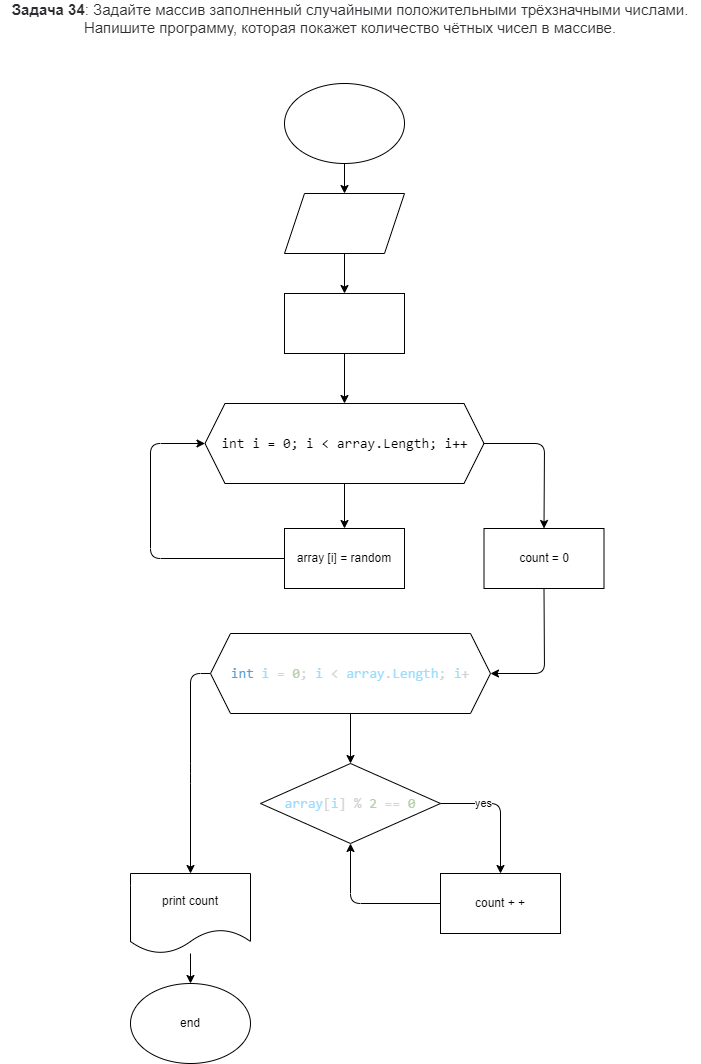
Matsulevich-Olga/gb_homeworks_matsulevich keeps this draw.io diagram as Homework5/Task34/diagram.drawio.png. Above is the earlier version. Source tidied: cells renumbered, new cells last; positions are measured from the earlier drawing's top-left corner, leaving out a move shared by most shapes. Its diagram source:
```xml
<mxGraphModel>
  <root>
    <mxCell id="0" />
    <mxCell id="1" parent="0" />
    <mxCell id="2" value="&lt;span style=&quot;box-sizing: border-box ; font-weight: 700 ; color: rgb(44 , 45 , 48) ; font-family: &amp;#34;roboto&amp;#34; , &amp;#34;san francisco&amp;#34; , &amp;#34;helvetica neue&amp;#34; , &amp;#34;helvetica&amp;#34; , &amp;#34;arial&amp;#34; ; font-size: 15px ; background-color: rgb(255 , 255 , 255)&quot;&gt;Задача 34&lt;/span&gt;&lt;span style=&quot;color: rgb(44 , 45 , 48) ; font-family: &amp;#34;roboto&amp;#34; , &amp;#34;san francisco&amp;#34; , &amp;#34;helvetica neue&amp;#34; , &amp;#34;helvetica&amp;#34; , &amp;#34;arial&amp;#34; ; font-size: 15px ; background-color: rgb(255 , 255 , 255)&quot;&gt;: Задайте массив заполненный случайными положительными трёхзначными числами. Напишите программу, которая покажет количество чётных чисел в массиве.&lt;/span&gt;" style="text;html=1;strokeColor=none;fillColor=none;align=center;verticalAlign=middle;whiteSpace=wrap;rounded=0;fontColor=#000000;" parent="1" vertex="1">
      <mxGeometry width="700" height="30" as="geometry" />
    </mxCell>
    <mxCell id="3" style="edgeStyle=none;html=1;fontColor=#FFFFFF;" parent="1" edge="1" source="4" target="6">
      <mxGeometry relative="1" as="geometry" />
    </mxCell>
    <mxCell id="4" value="&lt;font color=&quot;#ffffff&quot;&gt;start&lt;/font&gt;" style="ellipse;whiteSpace=wrap;html=1;fontColor=#000000;" parent="1" vertex="1">
      <mxGeometry x="284" y="80" width="120" height="80" as="geometry" />
    </mxCell>
    <mxCell id="5" style="edgeStyle=none;html=1;fontColor=#FFFFFF;" parent="1" edge="1" source="6" target="8">
      <mxGeometry relative="1" as="geometry" />
    </mxCell>
    <mxCell id="6" value="n" style="shape=parallelogram;perimeter=parallelogramPerimeter;whiteSpace=wrap;html=1;fixedSize=1;fontColor=#FFFFFF;" parent="1" vertex="1">
      <mxGeometry x="284" y="190" width="120" height="60" as="geometry" />
    </mxCell>
    <mxCell id="7" style="edgeStyle=none;html=1;fontColor=#FFFFFF;" parent="1" edge="1" source="8" target="11">
      <mxGeometry relative="1" as="geometry" />
    </mxCell>
    <mxCell id="8" value="array [n]" style="rounded=0;whiteSpace=wrap;html=1;fontColor=#FFFFFF;" parent="1" vertex="1">
      <mxGeometry x="284" y="290" width="120" height="60" as="geometry" />
    </mxCell>
    <mxCell id="9" style="edgeStyle=none;html=1;fontColor=default;" parent="1" edge="1" source="11" target="13">
      <mxGeometry relative="1" as="geometry" />
    </mxCell>
    <mxCell id="10" style="edgeStyle=none;html=1;exitX=1;exitY=0.5;exitDx=0;exitDy=0;entryX=0.5;entryY=0;entryDx=0;entryDy=0;fontColor=default;" parent="1" edge="1" source="11" target="23">
      <mxGeometry relative="1" as="geometry">
        <Array as="points">
          <mxPoint x="544" y="440" />
        </Array>
      </mxGeometry>
    </mxCell>
    <mxCell id="11" value="&lt;div style=&quot;font-family: consolas, &amp;quot;courier new&amp;quot;, monospace; font-size: 14px; line-height: 19px;&quot;&gt;&lt;span style=&quot;&quot;&gt;int&lt;/span&gt; &lt;span style=&quot;&quot;&gt;i&lt;/span&gt; = &lt;span style=&quot;&quot;&gt;0&lt;/span&gt;; &lt;span style=&quot;&quot;&gt;i&lt;/span&gt; &amp;lt; &lt;span style=&quot;&quot;&gt;array&lt;/span&gt;.&lt;span style=&quot;&quot;&gt;Length&lt;/span&gt;; &lt;span style=&quot;&quot;&gt;i&lt;/span&gt;++&lt;/div&gt;" style="shape=hexagon;perimeter=hexagonPerimeter2;whiteSpace=wrap;html=1;fixedSize=1;fontColor=default;labelBackgroundColor=none;" parent="1" vertex="1">
      <mxGeometry x="204.5" y="400" width="279" height="80" as="geometry" />
    </mxCell>
    <mxCell id="12" style="edgeStyle=none;html=1;exitX=0;exitY=0.5;exitDx=0;exitDy=0;entryX=0;entryY=0.5;entryDx=0;entryDy=0;fontColor=default;" parent="1" edge="1" source="13" target="11">
      <mxGeometry relative="1" as="geometry">
        <Array as="points">
          <mxPoint x="150" y="555" />
          <mxPoint x="150" y="440" />
        </Array>
      </mxGeometry>
    </mxCell>
    <mxCell id="13" value="array [i] = random" style="rounded=0;whiteSpace=wrap;html=1;labelBackgroundColor=none;fontColor=default;" parent="1" vertex="1">
      <mxGeometry x="284" y="525" width="120" height="60" as="geometry" />
    </mxCell>
    <mxCell id="14" style="edgeStyle=none;html=1;fontColor=default;" parent="1" edge="1" source="16" target="19">
      <mxGeometry relative="1" as="geometry" />
    </mxCell>
    <mxCell id="15" style="edgeStyle=none;html=1;exitX=0;exitY=0.5;exitDx=0;exitDy=0;fontColor=default;" parent="1" edge="1" source="16" target="25">
      <mxGeometry relative="1" as="geometry">
        <Array as="points">
          <mxPoint x="190" y="670" />
          <mxPoint x="190" y="770" />
        </Array>
      </mxGeometry>
    </mxCell>
    <mxCell id="16" value="&lt;div style=&quot;color: rgb(212, 212, 212); font-family: consolas, &amp;quot;courier new&amp;quot;, monospace; font-size: 14px; line-height: 19px;&quot;&gt;&lt;span style=&quot;color: #569cd6&quot;&gt;int&lt;/span&gt; &lt;span style=&quot;color: #9cdcfe&quot;&gt;i&lt;/span&gt; = &lt;span style=&quot;color: #b5cea8&quot;&gt;0&lt;/span&gt;; &lt;span style=&quot;color: #9cdcfe&quot;&gt;i&lt;/span&gt; &amp;lt; &lt;span style=&quot;color: #9cdcfe&quot;&gt;array&lt;/span&gt;.&lt;span style=&quot;color: #9cdcfe&quot;&gt;Length&lt;/span&gt;; &lt;span style=&quot;color: #9cdcfe&quot;&gt;i&lt;/span&gt;+&lt;/div&gt;" style="shape=hexagon;perimeter=hexagonPerimeter2;whiteSpace=wrap;html=1;fixedSize=1;labelBackgroundColor=none;fontColor=default;" parent="1" vertex="1">
      <mxGeometry x="210" y="630" width="280" height="80" as="geometry" />
    </mxCell>
    <mxCell id="17" style="edgeStyle=none;html=1;exitX=1;exitY=0.5;exitDx=0;exitDy=0;entryX=0.5;entryY=0;entryDx=0;entryDy=0;fontColor=default;" parent="1" edge="1" source="19" target="21">
      <mxGeometry relative="1" as="geometry">
        <Array as="points">
          <mxPoint x="500" y="800" />
        </Array>
      </mxGeometry>
    </mxCell>
    <mxCell id="18" value="yes" style="edgeLabel;html=1;align=center;verticalAlign=middle;fontColor=default;" parent="17" vertex="1">
      <mxGeometry x="-0.37" y="1" relative="1" as="geometry" />
    </mxCell>
    <mxCell id="19" value="&lt;div style=&quot;color: rgb(212, 212, 212); font-family: consolas, &amp;quot;courier new&amp;quot;, monospace; font-size: 14px; line-height: 19px;&quot;&gt;&lt;span style=&quot;color: #9cdcfe&quot;&gt;array&lt;/span&gt;[&lt;span style=&quot;color: #9cdcfe&quot;&gt;i&lt;/span&gt;] % &lt;span style=&quot;color: #b5cea8&quot;&gt;2&lt;/span&gt; == &lt;span style=&quot;color: #b5cea8&quot;&gt;0&lt;/span&gt;&lt;/div&gt;" style="rhombus;whiteSpace=wrap;html=1;labelBackgroundColor=none;fontColor=default;" parent="1" vertex="1">
      <mxGeometry x="260" y="760" width="180" height="80" as="geometry" />
    </mxCell>
    <mxCell id="20" style="edgeStyle=none;html=1;exitX=0;exitY=0.5;exitDx=0;exitDy=0;entryX=0.5;entryY=1;entryDx=0;entryDy=0;fontColor=default;" parent="1" edge="1" source="21" target="19">
      <mxGeometry relative="1" as="geometry">
        <Array as="points">
          <mxPoint x="350" y="900" />
        </Array>
      </mxGeometry>
    </mxCell>
    <mxCell id="21" value="count + +" style="rounded=0;whiteSpace=wrap;html=1;labelBackgroundColor=none;fontColor=default;" parent="1" vertex="1">
      <mxGeometry x="440" y="870" width="120" height="60" as="geometry" />
    </mxCell>
    <mxCell id="22" style="edgeStyle=none;html=1;exitX=0.5;exitY=1;exitDx=0;exitDy=0;entryX=1;entryY=0.5;entryDx=0;entryDy=0;fontColor=default;" parent="1" edge="1" source="23" target="16">
      <mxGeometry relative="1" as="geometry">
        <Array as="points">
          <mxPoint x="544" y="670" />
        </Array>
      </mxGeometry>
    </mxCell>
    <mxCell id="23" value="count = 0" style="rounded=0;whiteSpace=wrap;html=1;labelBackgroundColor=none;fontColor=default;" parent="1" vertex="1">
      <mxGeometry x="483.5" y="525" width="120" height="60" as="geometry" />
    </mxCell>
    <mxCell id="24" style="edgeStyle=none;html=1;fontColor=default;" parent="1" edge="1" source="25" target="26">
      <mxGeometry relative="1" as="geometry" />
    </mxCell>
    <mxCell id="25" value="print count" style="shape=document;whiteSpace=wrap;html=1;boundedLbl=1;labelBackgroundColor=none;fontColor=default;" parent="1" vertex="1">
      <mxGeometry x="130" y="870" width="120" height="80" as="geometry" />
    </mxCell>
    <mxCell id="26" value="end" style="ellipse;whiteSpace=wrap;html=1;labelBackgroundColor=none;fontColor=default;" parent="1" vertex="1">
      <mxGeometry x="130" y="980" width="120" height="80" as="geometry" />
    </mxCell>
  </root>
</mxGraphModel>
```
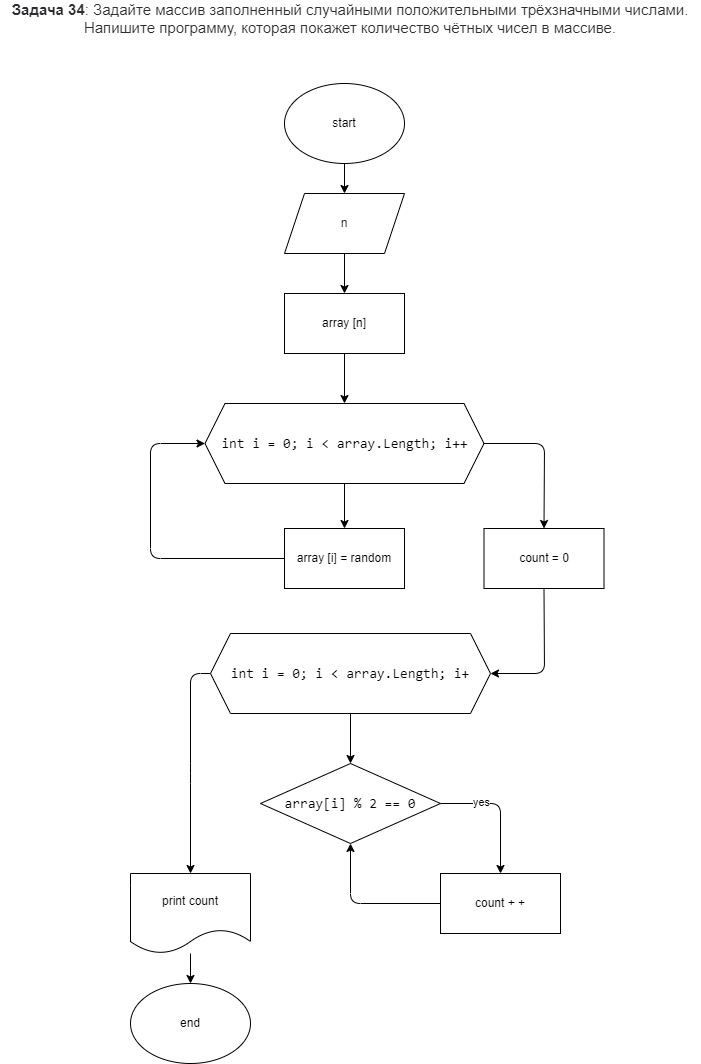
The same diagram one commit later.

The edit, as a diff of the source:
```diff
@@ -8,19 +8,19 @@
     <mxCell id="3" style="edgeStyle=none;html=1;fontColor=#FFFFFF;" parent="1" edge="1" source="4" target="6">
       <mxGeometry relative="1" as="geometry" />
     </mxCell>
-    <mxCell id="4" value="&lt;font color=&quot;#ffffff&quot;&gt;start&lt;/font&gt;" style="ellipse;whiteSpace=wrap;html=1;fontColor=#000000;" parent="1" vertex="1">
+    <mxCell id="4" value="&lt;font&gt;start&lt;/font&gt;" style="ellipse;whiteSpace=wrap;html=1;fontColor=#000000;" parent="1" vertex="1">
       <mxGeometry x="284" y="80" width="120" height="80" as="geometry" />
     </mxCell>
     <mxCell id="5" style="edgeStyle=none;html=1;fontColor=#FFFFFF;" parent="1" edge="1" source="6" target="8">
       <mxGeometry relative="1" as="geometry" />
     </mxCell>
-    <mxCell id="6" value="n" style="shape=parallelogram;perimeter=parallelogramPerimeter;whiteSpace=wrap;html=1;fixedSize=1;fontColor=#FFFFFF;" parent="1" vertex="1">
+    <mxCell id="6" value="n" style="shape=parallelogram;perimeter=parallelogramPerimeter;whiteSpace=wrap;html=1;fixedSize=1;fontColor=#2A2D30;" parent="1" vertex="1">
       <mxGeometry x="284" y="190" width="120" height="60" as="geometry" />
     </mxCell>
     <mxCell id="7" style="edgeStyle=none;html=1;fontColor=#FFFFFF;" parent="1" edge="1" source="8" target="11">
       <mxGeometry relative="1" as="geometry" />
     </mxCell>
-    <mxCell id="8" value="array [n]" style="rounded=0;whiteSpace=wrap;html=1;fontColor=#FFFFFF;" parent="1" vertex="1">
+    <mxCell id="8" value="array [n]" style="rounded=0;whiteSpace=wrap;html=1;fontColor=#000000;" parent="1" vertex="1">
       <mxGeometry x="284" y="290" width="120" height="60" as="geometry" />
     </mxCell>
     <mxCell id="9" style="edgeStyle=none;html=1;fontColor=default;" parent="1" edge="1" source="11" target="13">
@@ -58,7 +58,7 @@
         </Array>
       </mxGeometry>
     </mxCell>
-    <mxCell id="16" value="&lt;div style=&quot;color: rgb(212, 212, 212); font-family: consolas, &amp;quot;courier new&amp;quot;, monospace; font-size: 14px; line-height: 19px;&quot;&gt;&lt;span style=&quot;color: #569cd6&quot;&gt;int&lt;/span&gt; &lt;span style=&quot;color: #9cdcfe&quot;&gt;i&lt;/span&gt; = &lt;span style=&quot;color: #b5cea8&quot;&gt;0&lt;/span&gt;; &lt;span style=&quot;color: #9cdcfe&quot;&gt;i&lt;/span&gt; &amp;lt; &lt;span style=&quot;color: #9cdcfe&quot;&gt;array&lt;/span&gt;.&lt;span style=&quot;color: #9cdcfe&quot;&gt;Length&lt;/span&gt;; &lt;span style=&quot;color: #9cdcfe&quot;&gt;i&lt;/span&gt;+&lt;/div&gt;" style="shape=hexagon;perimeter=hexagonPerimeter2;whiteSpace=wrap;html=1;fixedSize=1;labelBackgroundColor=none;fontColor=default;" parent="1" vertex="1">
+    <mxCell id="16" value="&lt;div style=&quot;font-family: consolas, &amp;quot;courier new&amp;quot;, monospace; font-size: 14px; line-height: 19px;&quot;&gt;&lt;span style=&quot;&quot;&gt;int&lt;/span&gt; &lt;span style=&quot;&quot;&gt;i&lt;/span&gt; = &lt;span style=&quot;&quot;&gt;0&lt;/span&gt;; &lt;span style=&quot;&quot;&gt;i&lt;/span&gt; &amp;lt; &lt;span style=&quot;&quot;&gt;array&lt;/span&gt;.&lt;span style=&quot;&quot;&gt;Length&lt;/span&gt;; &lt;span style=&quot;&quot;&gt;i&lt;/span&gt;+&lt;/div&gt;" style="shape=hexagon;perimeter=hexagonPerimeter2;whiteSpace=wrap;html=1;fixedSize=1;labelBackgroundColor=none;fontColor=#000000;" parent="1" vertex="1">
       <mxGeometry x="210" y="630" width="280" height="80" as="geometry" />
     </mxCell>
     <mxCell id="17" style="edgeStyle=none;html=1;exitX=1;exitY=0.5;exitDx=0;exitDy=0;entryX=0.5;entryY=0;entryDx=0;entryDy=0;fontColor=default;" parent="1" edge="1" source="19" target="21">
@@ -71,7 +71,7 @@
     <mxCell id="18" value="yes" style="edgeLabel;html=1;align=center;verticalAlign=middle;fontColor=default;" parent="17" vertex="1">
       <mxGeometry x="-0.37" y="1" relative="1" as="geometry" />
     </mxCell>
-    <mxCell id="19" value="&lt;div style=&quot;color: rgb(212, 212, 212); font-family: consolas, &amp;quot;courier new&amp;quot;, monospace; font-size: 14px; line-height: 19px;&quot;&gt;&lt;span style=&quot;color: #9cdcfe&quot;&gt;array&lt;/span&gt;[&lt;span style=&quot;color: #9cdcfe&quot;&gt;i&lt;/span&gt;] % &lt;span style=&quot;color: #b5cea8&quot;&gt;2&lt;/span&gt; == &lt;span style=&quot;color: #b5cea8&quot;&gt;0&lt;/span&gt;&lt;/div&gt;" style="rhombus;whiteSpace=wrap;html=1;labelBackgroundColor=none;fontColor=default;" parent="1" vertex="1">
+    <mxCell id="19" value="&lt;div style=&quot;font-family: consolas, &amp;quot;courier new&amp;quot;, monospace; font-size: 14px; line-height: 19px;&quot;&gt;&lt;span style=&quot;&quot;&gt;array&lt;/span&gt;[&lt;span style=&quot;&quot;&gt;i&lt;/span&gt;] % &lt;span style=&quot;&quot;&gt;2&lt;/span&gt; == &lt;span style=&quot;&quot;&gt;0&lt;/span&gt;&lt;/div&gt;" style="rhombus;whiteSpace=wrap;html=1;labelBackgroundColor=none;fontColor=#000000;" parent="1" vertex="1">
       <mxGeometry x="260" y="760" width="180" height="80" as="geometry" />
     </mxCell>
     <mxCell id="20" style="edgeStyle=none;html=1;exitX=0;exitY=0.5;exitDx=0;exitDy=0;entryX=0.5;entryY=1;entryDx=0;entryDy=0;fontColor=default;" parent="1" edge="1" source="21" target="19">
```
